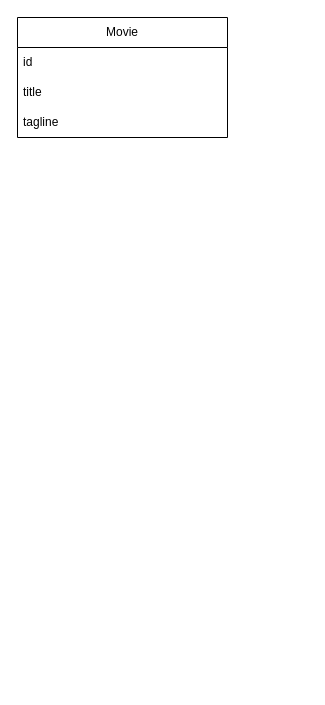
The draw.io diagram Untitled Diagram.drawio in baukamobile/bankcardn, before the edit. Source tidied: cells renumbered, new cells numbered last; positions are measured from the earlier drawing's top-left corner, leaving out a move shared by most shapes. Both pictures are drawn from the tidied source at 100%, with x=0, y=0 at pixel (17, 17).
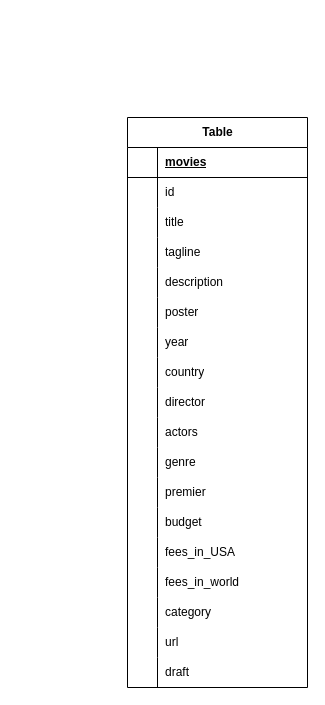
The same page after the edit.

Diff of the diagram source:
```diff
@@
-    <mxCell id="2" value="Movie" style="swimlane;fontStyle=0;horizontal=1;startSize=30;whiteSpace=wrap;html=1;" parent="1" vertex="1">
-      <mxGeometry width="210" height="120" as="geometry" />
-    </mxCell>
+    <mxCell id="6" value="Table" style="shape=table;startSize=30;childLayout=tableLayout;rowLines=0;fontStyle=1;align=center;html=1;" parent="1" vertex="1">
+      <mxGeometry x="110" y="100" width="180" height="570" as="geometry" />
+    </mxCell>
+    <mxCell id="7" style="shape=tableRow;horizontal=0;startSize=0;swimlaneHead=0;swimlaneBody=0;fillColor=none;top=0;left=0;right=0;bottom=1;" parent="6" vertex="1">
+      <mxGeometry y="30" width="180" height="30" as="geometry" />
+    </mxCell>
+    <mxCell id="8" style="shape=partialRectangle;fillColor=none;top=0;left=0;bottom=0;right=0;fontStyle=1;overflow=hidden;whiteSpace=wrap;html=1;" parent="7" vertex="1">
+      <mxGeometry width="30" height="30" as="geometry" />
+    </mxCell>
+    <mxCell id="9" value="movies" style="shape=partialRectangle;fillColor=none;top=0;left=0;bottom=0;right=0;align=left;spacingLeft=6;fontStyle=5;overflow=hidden;whiteSpace=wrap;html=1;" parent="7" vertex="1">
+      <mxGeometry x="30" width="150" height="30" as="geometry" />
+    </mxCell>
+    <mxCell id="10" style="shape=tableRow;horizontal=0;startSize=0;swimlaneHead=0;swimlaneBody=0;fillColor=none;top=0;left=0;right=0;bottom=0;" parent="6" vertex="1">
+      <mxGeometry y="60" width="180" height="30" as="geometry" />
+    </mxCell>
+    <mxCell id="11" style="shape=partialRectangle;fillColor=none;top=0;left=0;bottom=0;right=0;overflow=hidden;whiteSpace=wrap;html=1;" parent="10" vertex="1">
+      <mxGeometry width="30" height="30" as="geometry" />
+    </mxCell>
-    <mxCell id="3" value="id&lt;span style=&quot;white-space: pre;&quot;&gt;&#9;&lt;/span&gt;" style="text;strokeColor=none;fillColor=none;align=left;verticalAlign=middle;spacingLeft=4;spacingRight=4;overflow=hidden;whiteSpace=wrap;html=1;" parent="2" vertex="1">
-      <mxGeometry y="30" width="210" height="30" as="geometry" />
+    <mxCell id="3" value="id" style="shape=partialRectangle;fillColor=none;top=0;left=0;bottom=0;right=0;align=left;spacingLeft=6;overflow=hidden;whiteSpace=wrap;html=1;" parent="10" vertex="1">
+      <mxGeometry x="30" width="150" height="30" as="geometry" />
     </mxCell>
+    <mxCell id="12" style="shape=tableRow;horizontal=0;startSize=0;swimlaneHead=0;swimlaneBody=0;fillColor=none;top=0;left=0;right=0;bottom=0;" parent="6" vertex="1">
+      <mxGeometry y="90" width="180" height="30" as="geometry" />
+    </mxCell>
+    <mxCell id="13" style="shape=partialRectangle;fillColor=none;top=0;left=0;bottom=0;right=0;overflow=hidden;whiteSpace=wrap;html=1;" parent="12" vertex="1">
+      <mxGeometry width="30" height="30" as="geometry" />
+    </mxCell>
-    <mxCell id="4" value="title&lt;span style=&quot;white-space: pre;&quot;&gt;&#9;&lt;/span&gt;" style="text;strokeColor=none;fillColor=none;align=left;verticalAlign=middle;spacingLeft=4;spacingRight=4;overflow=hidden;whiteSpace=wrap;html=1;" parent="2" vertex="1">
-      <mxGeometry y="60" width="210" height="30" as="geometry" />
+    <mxCell id="4" value="title" style="shape=partialRectangle;fillColor=none;top=0;left=0;bottom=0;right=0;align=left;spacingLeft=6;overflow=hidden;whiteSpace=wrap;html=1;" parent="12" vertex="1">
+      <mxGeometry x="30" width="150" height="30" as="geometry" />
     </mxCell>
+    <mxCell id="14" style="shape=tableRow;horizontal=0;startSize=0;swimlaneHead=0;swimlaneBody=0;fillColor=none;top=0;left=0;right=0;bottom=0;" parent="6" vertex="1">
+      <mxGeometry y="120" width="180" height="30" as="geometry" />
+    </mxCell>
+    <mxCell id="15" style="shape=partialRectangle;fillColor=none;top=0;left=0;bottom=0;right=0;overflow=hidden;whiteSpace=wrap;html=1;" parent="14" vertex="1">
+      <mxGeometry width="30" height="30" as="geometry" />
+    </mxCell>
-    <mxCell id="5" value="tagline" style="text;strokeColor=none;fillColor=none;align=left;verticalAlign=middle;spacingLeft=4;spacingRight=4;overflow=hidden;whiteSpace=wrap;html=1;" parent="2" vertex="1">
-      <mxGeometry y="90" width="210" height="30" as="geometry" />
+    <mxCell id="5" value="tagline" style="shape=partialRectangle;fillColor=none;top=0;left=0;bottom=0;right=0;align=left;spacingLeft=6;overflow=hidden;whiteSpace=wrap;html=1;" parent="14" vertex="1">
+      <mxGeometry x="30" width="150" height="30" as="geometry" />
     </mxCell>
+    <mxCell id="16" style="shape=tableRow;horizontal=0;startSize=0;swimlaneHead=0;swimlaneBody=0;fillColor=none;top=0;left=0;right=0;bottom=0;" parent="6" vertex="1">
+      <mxGeometry y="150" width="180" height="30" as="geometry" />
+    </mxCell>
+    <mxCell id="17" style="shape=partialRectangle;fillColor=none;top=0;left=0;bottom=0;right=0;overflow=hidden;whiteSpace=wrap;html=1;" parent="16" vertex="1">
+      <mxGeometry width="30" height="30" as="geometry" />
+    </mxCell>
+    <mxCell id="18" value="description" style="shape=partialRectangle;fillColor=none;top=0;left=0;bottom=0;right=0;align=left;spacingLeft=6;overflow=hidden;whiteSpace=wrap;html=1;" parent="16" vertex="1">
+      <mxGeometry x="30" width="150" height="30" as="geometry" />
+    </mxCell>
+    <mxCell id="19" style="shape=tableRow;horizontal=0;startSize=0;swimlaneHead=0;swimlaneBody=0;fillColor=none;top=0;left=0;right=0;bottom=0;" parent="6" vertex="1">
+      <mxGeometry y="180" width="180" height="30" as="geometry" />
+    </mxCell>
+    <mxCell id="20" style="shape=partialRectangle;fillColor=none;top=0;left=0;bottom=0;right=0;overflow=hidden;whiteSpace=wrap;html=1;" parent="19" vertex="1">
+      <mxGeometry width="30" height="30" as="geometry" />
+    </mxCell>
+    <mxCell id="21" value="poster" style="shape=partialRectangle;fillColor=none;top=0;left=0;bottom=0;right=0;align=left;spacingLeft=6;overflow=hidden;whiteSpace=wrap;html=1;" parent="19" vertex="1">
+      <mxGeometry x="30" width="150" height="30" as="geometry" />
+    </mxCell>
+    <mxCell id="22" style="shape=tableRow;horizontal=0;startSize=0;swimlaneHead=0;swimlaneBody=0;fillColor=none;top=0;left=0;right=0;bottom=0;" parent="6" vertex="1">
+      <mxGeometry y="210" width="180" height="30" as="geometry" />
+    </mxCell>
+    <mxCell id="23" style="shape=partialRectangle;fillColor=none;top=0;left=0;bottom=0;right=0;overflow=hidden;whiteSpace=wrap;html=1;" parent="22" vertex="1">
+      <mxGeometry width="30" height="30" as="geometry" />
+    </mxCell>
+    <mxCell id="24" value="year" style="shape=partialRectangle;fillColor=none;top=0;left=0;bottom=0;right=0;align=left;spacingLeft=6;overflow=hidden;whiteSpace=wrap;html=1;" parent="22" vertex="1">
+      <mxGeometry x="30" width="150" height="30" as="geometry" />
+    </mxCell>
+    <mxCell id="25" style="shape=tableRow;horizontal=0;startSize=0;swimlaneHead=0;swimlaneBody=0;fillColor=none;top=0;left=0;right=0;bottom=0;" parent="6" vertex="1">
+      <mxGeometry y="240" width="180" height="30" as="geometry" />
+    </mxCell>
+    <mxCell id="26" style="shape=partialRectangle;fillColor=none;top=0;left=0;bottom=0;right=0;overflow=hidden;whiteSpace=wrap;html=1;" parent="25" vertex="1">
+      <mxGeometry width="30" height="30" as="geometry" />
+    </mxCell>
+    <mxCell id="27" value="country" style="shape=partialRectangle;fillColor=none;top=0;left=0;bottom=0;right=0;align=left;spacingLeft=6;overflow=hidden;whiteSpace=wrap;html=1;" parent="25" vertex="1">
+      <mxGeometry x="30" width="150" height="30" as="geometry" />
+    </mxCell>
+    <mxCell id="28" style="shape=tableRow;horizontal=0;startSize=0;swimlaneHead=0;swimlaneBody=0;fillColor=none;top=0;left=0;right=0;bottom=0;" parent="6" vertex="1">
+      <mxGeometry y="270" width="180" height="30" as="geometry" />
+    </mxCell>
+    <mxCell id="29" style="shape=partialRectangle;fillColor=none;top=0;left=0;bottom=0;right=0;overflow=hidden;whiteSpace=wrap;html=1;" parent="28" vertex="1">
+      <mxGeometry width="30" height="30" as="geometry" />
+    </mxCell>
+    <mxCell id="30" value="director" style="shape=partialRectangle;fillColor=none;top=0;left=0;bottom=0;right=0;align=left;spacingLeft=6;overflow=hidden;whiteSpace=wrap;html=1;" parent="28" vertex="1">
+      <mxGeometry x="30" width="150" height="30" as="geometry" />
+    </mxCell>
+    <mxCell id="31" style="shape=tableRow;horizontal=0;startSize=0;swimlaneHead=0;swimlaneBody=0;fillColor=none;top=0;left=0;right=0;bottom=0;" parent="6" vertex="1">
+      <mxGeometry y="300" width="180" height="30" as="geometry" />
+    </mxCell>
+    <mxCell id="32" style="shape=partialRectangle;fillColor=none;top=0;left=0;bottom=0;right=0;overflow=hidden;whiteSpace=wrap;html=1;" parent="31" vertex="1">
+      <mxGeometry width="30" height="30" as="geometry" />
+    </mxCell>
+    <mxCell id="33" value="actors" style="shape=partialRectangle;fillColor=none;top=0;left=0;bottom=0;right=0;align=left;spacingLeft=6;overflow=hidden;whiteSpace=wrap;html=1;" parent="31" vertex="1">
+      <mxGeometry x="30" width="150" height="30" as="geometry" />
+    </mxCell>
+    <mxCell id="34" style="shape=tableRow;horizontal=0;startSize=0;swimlaneHead=0;swimlaneBody=0;fillColor=none;top=0;left=0;right=0;bottom=0;" parent="6" vertex="1">
+      <mxGeometry y="330" width="180" height="30" as="geometry" />
+    </mxCell>
+    <mxCell id="35" style="shape=partialRectangle;fillColor=none;top=0;left=0;bottom=0;right=0;overflow=hidden;whiteSpace=wrap;html=1;" parent="34" vertex="1">
+      <mxGeometry width="30" height="30" as="geometry" />
+    </mxCell>
+    <mxCell id="36" value="genre" style="shape=partialRectangle;fillColor=none;top=0;left=0;bottom=0;right=0;align=left;spacingLeft=6;overflow=hidden;whiteSpace=wrap;html=1;" parent="34" vertex="1">
+      <mxGeometry x="30" width="150" height="30" as="geometry" />
+    </mxCell>
+    <mxCell id="37" style="shape=tableRow;horizontal=0;startSize=0;swimlaneHead=0;swimlaneBody=0;fillColor=none;top=0;left=0;right=0;bottom=0;" parent="6" vertex="1">
+      <mxGeometry y="360" width="180" height="30" as="geometry" />
+    </mxCell>
+    <mxCell id="38" style="shape=partialRectangle;fillColor=none;top=0;left=0;bottom=0;right=0;overflow=hidden;whiteSpace=wrap;html=1;" parent="37" vertex="1">
+      <mxGeometry width="30" height="30" as="geometry" />
+    </mxCell>
+    <mxCell id="39" value="premier" style="shape=partialRectangle;fillColor=none;top=0;left=0;bottom=0;right=0;align=left;spacingLeft=6;overflow=hidden;whiteSpace=wrap;html=1;" parent="37" vertex="1">
+      <mxGeometry x="30" width="150" height="30" as="geometry" />
+    </mxCell>
+    <mxCell id="40" style="shape=tableRow;horizontal=0;startSize=0;swimlaneHead=0;swimlaneBody=0;fillColor=none;top=0;left=0;right=0;bottom=0;" parent="6" vertex="1">
+      <mxGeometry y="390" width="180" height="30" as="geometry" />
+    </mxCell>
+    <mxCell id="41" style="shape=partialRectangle;fillColor=none;top=0;left=0;bottom=0;right=0;overflow=hidden;whiteSpace=wrap;html=1;" parent="40" vertex="1">
+      <mxGeometry width="30" height="30" as="geometry" />
+    </mxCell>
+    <mxCell id="42" value="budget" style="shape=partialRectangle;fillColor=none;top=0;left=0;bottom=0;right=0;align=left;spacingLeft=6;overflow=hidden;whiteSpace=wrap;html=1;" parent="40" vertex="1">
+      <mxGeometry x="30" width="150" height="30" as="geometry" />
+    </mxCell>
+    <mxCell id="43" style="shape=tableRow;horizontal=0;startSize=0;swimlaneHead=0;swimlaneBody=0;fillColor=none;top=0;left=0;right=0;bottom=0;" parent="6" vertex="1">
+      <mxGeometry y="420" width="180" height="30" as="geometry" />
+    </mxCell>
+    <mxCell id="44" style="shape=partialRectangle;fillColor=none;top=0;left=0;bottom=0;right=0;overflow=hidden;whiteSpace=wrap;html=1;" parent="43" vertex="1">
+      <mxGeometry width="30" height="30" as="geometry" />
+    </mxCell>
+    <mxCell id="45" value="fees_in_USA" style="shape=partialRectangle;fillColor=none;top=0;left=0;bottom=0;right=0;align=left;spacingLeft=6;overflow=hidden;whiteSpace=wrap;html=1;" parent="43" vertex="1">
+      <mxGeometry x="30" width="150" height="30" as="geometry" />
+    </mxCell>
+    <mxCell id="46" style="shape=tableRow;horizontal=0;startSize=0;swimlaneHead=0;swimlaneBody=0;fillColor=none;top=0;left=0;right=0;bottom=0;" parent="6" vertex="1">
+      <mxGeometry y="450" width="180" height="30" as="geometry" />
+    </mxCell>
+    <mxCell id="47" style="shape=partialRectangle;fillColor=none;top=0;left=0;bottom=0;right=0;overflow=hidden;whiteSpace=wrap;html=1;" parent="46" vertex="1">
+      <mxGeometry width="30" height="30" as="geometry" />
+    </mxCell>
+    <mxCell id="48" value="fees_in_world" style="shape=partialRectangle;fillColor=none;top=0;left=0;bottom=0;right=0;align=left;spacingLeft=6;overflow=hidden;whiteSpace=wrap;html=1;" parent="46" vertex="1">
+      <mxGeometry x="30" width="150" height="30" as="geometry" />
+    </mxCell>
+    <mxCell id="49" style="shape=tableRow;horizontal=0;startSize=0;swimlaneHead=0;swimlaneBody=0;fillColor=none;top=0;left=0;right=0;bottom=0;" parent="6" vertex="1">
+      <mxGeometry y="480" width="180" height="30" as="geometry" />
+    </mxCell>
+    <mxCell id="50" style="shape=partialRectangle;fillColor=none;top=0;left=0;bottom=0;right=0;overflow=hidden;whiteSpace=wrap;html=1;" parent="49" vertex="1">
+      <mxGeometry width="30" height="30" as="geometry" />
+    </mxCell>
+    <mxCell id="51" value="category" style="shape=partialRectangle;fillColor=none;top=0;left=0;bottom=0;right=0;align=left;spacingLeft=6;overflow=hidden;whiteSpace=wrap;html=1;" parent="49" vertex="1">
+      <mxGeometry x="30" width="150" height="30" as="geometry" />
+    </mxCell>
+    <mxCell id="52" style="shape=tableRow;horizontal=0;startSize=0;swimlaneHead=0;swimlaneBody=0;fillColor=none;top=0;left=0;right=0;bottom=0;" parent="6" vertex="1">
+      <mxGeometry y="510" width="180" height="30" as="geometry" />
+    </mxCell>
+    <mxCell id="53" style="shape=partialRectangle;fillColor=none;top=0;left=0;bottom=0;right=0;overflow=hidden;whiteSpace=wrap;html=1;" parent="52" vertex="1">
+      <mxGeometry width="30" height="30" as="geometry" />
+    </mxCell>
+    <mxCell id="54" value="url" style="shape=partialRectangle;fillColor=none;top=0;left=0;bottom=0;right=0;align=left;spacingLeft=6;overflow=hidden;whiteSpace=wrap;html=1;" parent="52" vertex="1">
+      <mxGeometry x="30" width="150" height="30" as="geometry" />
+    </mxCell>
+    <mxCell id="55" style="shape=tableRow;horizontal=0;startSize=0;swimlaneHead=0;swimlaneBody=0;fillColor=none;top=0;left=0;right=0;bottom=0;" parent="6" vertex="1">
+      <mxGeometry y="540" width="180" height="30" as="geometry" />
+    </mxCell>
+    <mxCell id="56" style="shape=partialRectangle;fillColor=none;top=0;left=0;bottom=0;right=0;overflow=hidden;whiteSpace=wrap;html=1;" parent="55" vertex="1">
+      <mxGeometry width="30" height="30" as="geometry" />
+    </mxCell>
+    <mxCell id="57" value="draft" style="shape=partialRectangle;fillColor=none;top=0;left=0;bottom=0;right=0;align=left;spacingLeft=6;overflow=hidden;whiteSpace=wrap;html=1;" parent="55" vertex="1">
+      <mxGeometry x="30" width="150" height="30" as="geometry" />
+    </mxCell>
```
